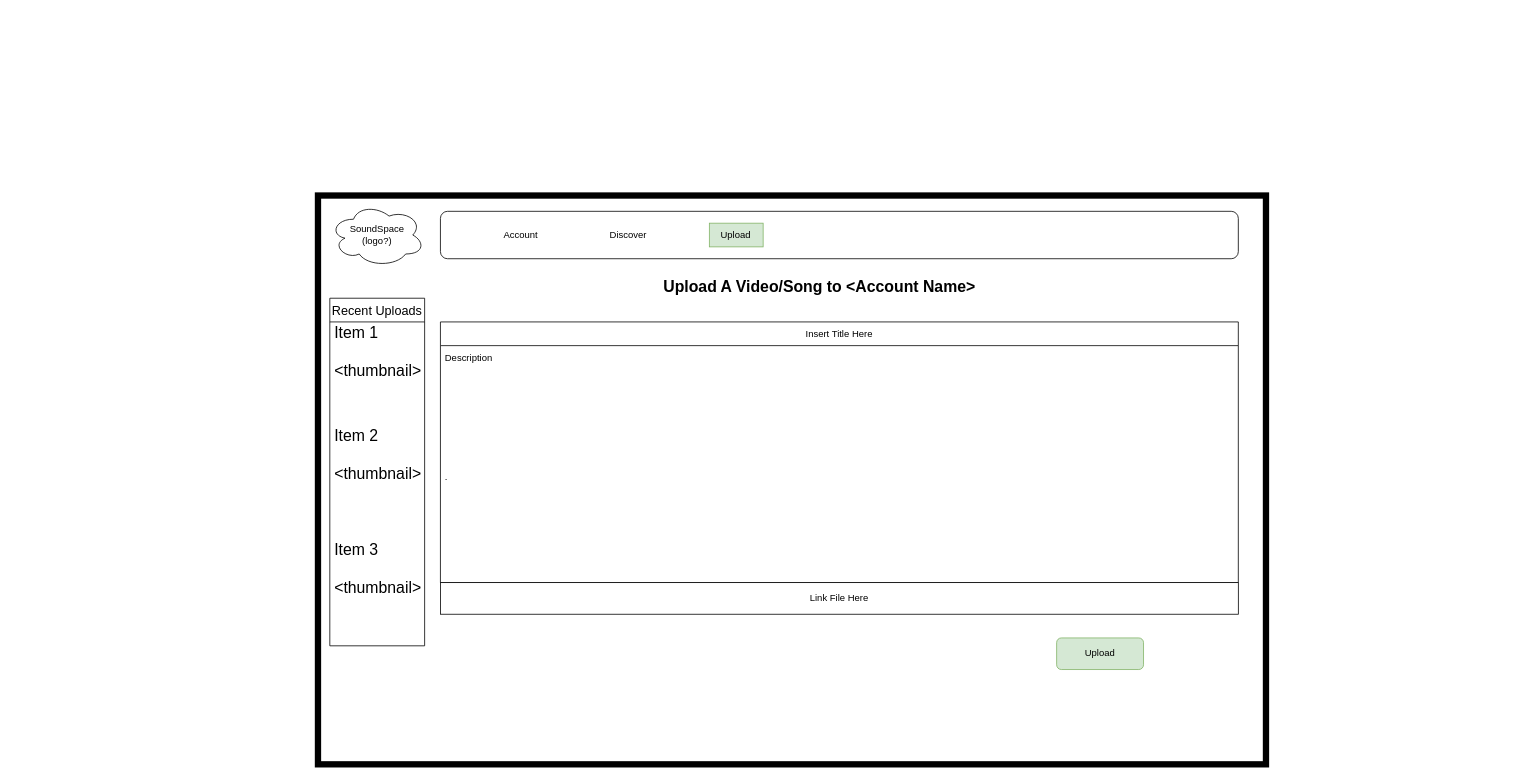
This is page "Upload Page" (2 of 3) of wireframe/UI_layout.drawio from ChicoState/sound-space, a draw.io file, before an edit. Source tidied: cells renumbered, new cells numbered last; positions are measured from the earlier drawing's top-left corner, leaving out a move shared by most shapes. Both pictures are drawn from the tidied source at 79%, with x=0, y=0 at pixel (318, 195).
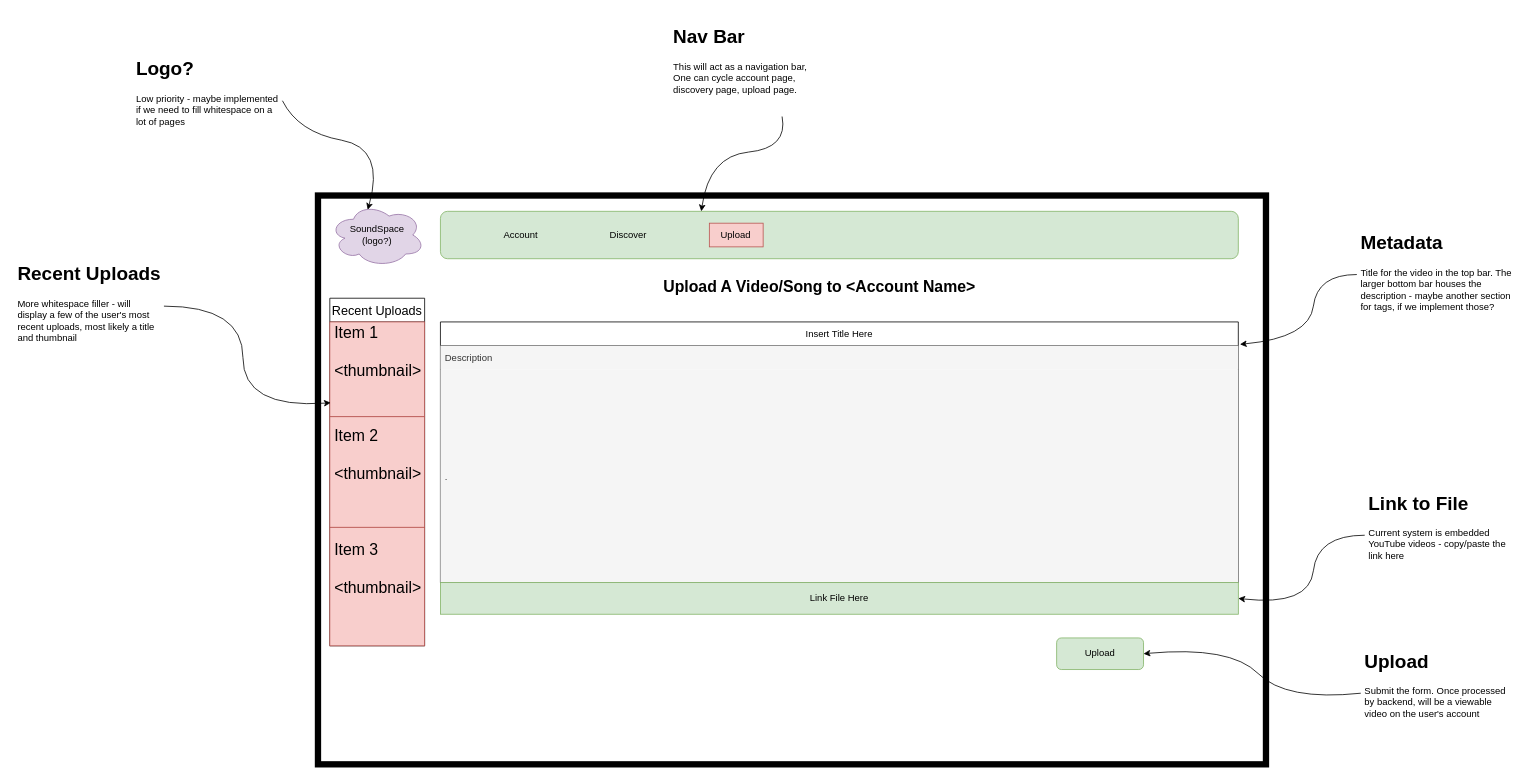
The same page after the edit.

Commit message:
Upload Page wireframe - added color, documentation - UI_layout.drawio

Unchanged cells that the change refers to:
```xml
<mxCell id="3" style="group;" parent="1" vertex="1">
  <mxGeometry x="155" y="20" width="1010" height="60" as="geometry" />
</mxCell>
<mxCell id="9" value="Insert Title Here" style="swimlane;fontStyle=0;horizontal=1;startSize=30;" parent="1" vertex="1">
  <mxGeometry x="155" y="160" width="1010" height="330" as="geometry" />
</mxCell>
<mxCell id="13" value="Upload" style="rounded=1;whiteSpace=wrap;html=1;fillColor=#d5e8d4;strokeColor=#82b366;" parent="1" vertex="1">
  <mxGeometry x="935" y="560" width="110" height="40" as="geometry" />
</mxCell>
<mxCell id="15" value="Recent Uploads" style="swimlane;fontStyle=0;horizontal=1;startSize=30;fontSize=16;" parent="1" vertex="1">
  <mxGeometry x="15" y="130" width="120" height="440" as="geometry" />
</mxCell>
```

Change to the diagram source:
```diff
@@
-    <mxCell id="4" style="rounded=1;whiteSpace=wrap;html=1;strokeWidth=1;fillColor=none;direction=west;" parent="3" vertex="1">
+    <mxCell id="4" style="rounded=1;whiteSpace=wrap;html=1;strokeWidth=1;direction=west;fillColor=#d5e8d4;strokeColor=#82b366;" parent="3" vertex="1">
       <mxGeometry width="1010" height="60" as="geometry" />
     </mxCell>
@@
-    <mxCell id="7" value="Upload" style="text;html=1;strokeColor=#82b366;fillColor=#d5e8d4;align=center;verticalAlign=middle;whiteSpace=wrap;rounded=0;" parent="3" vertex="1">
+    <mxCell id="7" value="Upload" style="text;html=1;strokeColor=#b85450;fillColor=#f8cecc;align=center;verticalAlign=middle;whiteSpace=wrap;rounded=0;" parent="3" vertex="1">
       <mxGeometry x="340.4" y="15" width="68.1" height="30" as="geometry" />
     </mxCell>
-    <mxCell id="8" value="SoundSpace&lt;br&gt;(logo?)" style="ellipse;shape=cloud;whiteSpace=wrap;html=1;" parent="1" vertex="1">
+    <mxCell id="8" value="SoundSpace&lt;br&gt;(logo?)" style="ellipse;shape=cloud;whiteSpace=wrap;html=1;fillColor=#e1d5e7;strokeColor=#9673a6;" parent="1" vertex="1">
       <mxGeometry x="15" y="10" width="120" height="80" as="geometry" />
     </mxCell>
@@
-    <mxCell id="10" value="Description" style="text;strokeColor=none;fillColor=none;align=left;verticalAlign=middle;spacingLeft=4;spacingRight=4;overflow=hidden;" parent="9" vertex="1">
+    <mxCell id="10" value="Description" style="text;align=left;verticalAlign=middle;spacingLeft=4;spacingRight=4;overflow=hidden;fillColor=#f5f5f5;fontColor=#333333;strokeColor=none;" parent="9" vertex="1">
       <mxGeometry y="30" width="1010" height="30" as="geometry" />
     </mxCell>
-    <mxCell id="11" value="." style="text;strokeColor=none;fillColor=none;align=left;verticalAlign=middle;spacingLeft=4;spacingRight=4;overflow=hidden;" parent="9" vertex="1">
+    <mxCell id="11" value="." style="text;align=left;verticalAlign=middle;spacingLeft=4;spacingRight=4;overflow=hidden;fillColor=#f5f5f5;strokeColor=none;fontColor=#333333;" parent="9" vertex="1">
       <mxGeometry y="60" width="1010" height="270" as="geometry" />
     </mxCell>
-    <mxCell id="12" value="Link File Here" style="rounded=0;whiteSpace=wrap;html=1;" parent="1" vertex="1">
+    <mxCell id="12" value="Link File Here" style="rounded=0;whiteSpace=wrap;html=1;fillColor=#d5e8d4;strokeColor=#82b366;" parent="1" vertex="1">
       <mxGeometry x="155" y="490" width="1010" height="40" as="geometry" />
     </mxCell>
@@
-    <mxCell id="16" value="Item 1&#10;&#10;&lt;thumbnail&gt;&#10;&#10;" style="text;strokeColor=none;fillColor=none;align=left;verticalAlign=middle;spacingLeft=4;spacingRight=4;overflow=hidden;points=[[0,0.5],[1,0.5]];portConstraint=eastwest;fontSize=20;" parent="15" vertex="1">
+    <mxCell id="16" value="Item 1&#10;&#10;&lt;thumbnail&gt;&#10;&#10;" style="text;strokeColor=#b85450;fillColor=#f8cecc;align=left;verticalAlign=middle;spacingLeft=4;spacingRight=4;overflow=hidden;points=[[0,0.5],[1,0.5]];portConstraint=eastwest;fontSize=20;" parent="15" vertex="1">
       <mxGeometry y="30" width="120" height="120" as="geometry" />
     </mxCell>
-    <mxCell id="17" value="Item 2&#10;&#10;&lt;thumbnail&gt;&#10;&#10;" style="text;strokeColor=none;fillColor=none;align=left;verticalAlign=middle;spacingLeft=4;spacingRight=4;overflow=hidden;fontSize=20;" parent="15" vertex="1">
+    <mxCell id="17" value="Item 2&#10;&#10;&lt;thumbnail&gt;&#10;&#10;" style="text;strokeColor=#b85450;fillColor=#f8cecc;align=left;verticalAlign=middle;spacingLeft=4;spacingRight=4;overflow=hidden;fontSize=20;" parent="15" vertex="1">
       <mxGeometry y="150" width="120" height="140" as="geometry" />
     </mxCell>
-    <mxCell id="18" value="Item 3&#10;&#10;&lt;thumbnail&gt;&#10;&#10;" style="text;strokeColor=none;fillColor=none;align=left;verticalAlign=middle;spacingLeft=4;spacingRight=4;overflow=hidden;fontSize=20;" parent="15" vertex="1">
+    <mxCell id="18" value="Item 3&#10;&#10;&lt;thumbnail&gt;&#10;&#10;" style="text;strokeColor=#b85450;fillColor=#f8cecc;align=left;verticalAlign=middle;spacingLeft=4;spacingRight=4;overflow=hidden;fontSize=20;" parent="15" vertex="1">
       <mxGeometry y="290" width="120" height="150" as="geometry" />
     </mxCell>
+    <mxCell id="19" value="&lt;h1&gt;Metadata&lt;/h1&gt;&lt;div&gt;Title for the video in the top bar. The larger bottom bar houses the description - maybe another section for tags, if we implement those?&lt;/div&gt;" style="text;html=1;strokeColor=none;fillColor=none;spacing=5;spacingTop=-20;whiteSpace=wrap;overflow=hidden;rounded=0;" parent="1" vertex="1">
+      <mxGeometry x="1315" y="40" width="200" height="120" as="geometry" />
+    </mxCell>
+    <mxCell id="20" style="curved=1;endArrow=classic;html=1;rounded=0;exitX=0;exitY=0.5;exitDx=0;exitDy=0;entryX=1.002;entryY=0.086;entryDx=0;entryDy=0;entryPerimeter=0;" parent="1" edge="1" source="19" target="9">
+      <mxGeometry relative="1" as="geometry">
+        <Array as="points">
+          <mxPoint x="1265" y="100" />
+          <mxPoint x="1255" y="180" />
+        </Array>
+      </mxGeometry>
+    </mxCell>
+    <mxCell id="21" value="&lt;h1&gt;Nav Bar&lt;/h1&gt;&lt;div&gt;This will act as a navigation bar, One can cycle account page, discovery page, upload page.&lt;/div&gt;" style="text;html=1;strokeColor=none;fillColor=none;spacing=5;spacingTop=-20;whiteSpace=wrap;overflow=hidden;rounded=0;" parent="1" vertex="1">
+      <mxGeometry x="445" y="-220" width="190" height="120" as="geometry" />
+    </mxCell>
+    <mxCell id="22" style="curved=1;endArrow=classic;html=1;rounded=0;exitX=0.75;exitY=1;exitDx=0;exitDy=0;entryX=0.673;entryY=1;entryDx=0;entryDy=0;entryPerimeter=0;" parent="1" edge="1" source="21" target="4">
+      <mxGeometry relative="1" as="geometry">
+        <Array as="points">
+          <mxPoint x="595" y="-60" />
+          <mxPoint x="495" y="-50" />
+        </Array>
+      </mxGeometry>
+    </mxCell>
+    <mxCell id="23" value="&lt;h1&gt;Logo?&lt;/h1&gt;&lt;p&gt;Low priority - maybe implemented if we need to fill whitespace on a lot of pages&lt;/p&gt;" style="text;html=1;strokeColor=none;fillColor=none;spacing=5;spacingTop=-20;whiteSpace=wrap;overflow=hidden;rounded=0;" parent="1" vertex="1">
+      <mxGeometry x="-235" y="-180" width="190" height="120" as="geometry" />
+    </mxCell>
+    <mxCell id="24" style="curved=1;endArrow=classic;html=1;rounded=0;exitX=1;exitY=0.5;exitDx=0;exitDy=0;entryX=0.4;entryY=0.1;entryDx=0;entryDy=0;entryPerimeter=0;" parent="1" edge="1" source="23" target="8">
+      <mxGeometry relative="1" as="geometry">
+        <Array as="points">
+          <mxPoint x="-25" y="-80" />
+          <mxPoint x="85" y="-60" />
+        </Array>
+      </mxGeometry>
+    </mxCell>
+    <mxCell id="25" value="&lt;h1&gt;Link to File&lt;/h1&gt;&lt;p&gt;Current system is embedded YouTube videos - copy/paste the link here&lt;/p&gt;" style="text;html=1;strokeColor=none;fillColor=none;spacing=5;spacingTop=-20;whiteSpace=wrap;overflow=hidden;rounded=0;" parent="1" vertex="1">
+      <mxGeometry x="1325" y="370" width="190" height="120" as="geometry" />
+    </mxCell>
+    <mxCell id="26" style="curved=1;endArrow=classic;html=1;rounded=0;entryX=1;entryY=0.5;entryDx=0;entryDy=0;exitX=0;exitY=0.5;exitDx=0;exitDy=0;" parent="1" edge="1" source="25" target="12">
+      <mxGeometry relative="1" as="geometry">
+        <Array as="points">
+          <mxPoint x="1265" y="430" />
+          <mxPoint x="1255" y="520" />
+        </Array>
+      </mxGeometry>
+    </mxCell>
+    <mxCell id="27" value="&lt;h1&gt;Upload&lt;/h1&gt;&lt;p&gt;Submit the form. Once processed by backend, will be a viewable video on the user's account&lt;/p&gt;" style="text;html=1;strokeColor=none;fillColor=none;spacing=5;spacingTop=-20;whiteSpace=wrap;overflow=hidden;rounded=0;" parent="1" vertex="1">
+      <mxGeometry x="1320" y="570" width="190" height="120" as="geometry" />
+    </mxCell>
+    <mxCell id="28" style="curved=1;endArrow=classic;html=1;rounded=0;exitX=0;exitY=0.5;exitDx=0;exitDy=0;entryX=1;entryY=0.5;entryDx=0;entryDy=0;" parent="1" edge="1" source="27" target="13">
+      <mxGeometry relative="1" as="geometry">
+        <Array as="points">
+          <mxPoint x="1225" y="640" />
+          <mxPoint x="1155" y="570" />
+        </Array>
+      </mxGeometry>
+    </mxCell>
+    <mxCell id="29" value="&lt;h1&gt;Recent Uploads&lt;/h1&gt;&lt;p&gt;More whitespace filler - will display a few of the user's most recent uploads, most likely a title and thumbnail&lt;/p&gt;" style="text;html=1;strokeColor=none;fillColor=none;spacing=5;spacingTop=-20;whiteSpace=wrap;overflow=hidden;rounded=0;" parent="1" vertex="1">
+      <mxGeometry x="-385" y="80" width="190" height="120" as="geometry" />
+    </mxCell>
+    <mxCell id="30" style="curved=1;endArrow=classic;html=1;rounded=0;exitX=1;exitY=0.5;exitDx=0;exitDy=0;entryX=0.01;entryY=0.853;entryDx=0;entryDy=0;entryPerimeter=0;" parent="1" edge="1" source="29" target="16">
+      <mxGeometry relative="1" as="geometry">
+        <Array as="points">
+          <mxPoint x="-95" y="140" />
+          <mxPoint x="-95" y="270" />
+        </Array>
+      </mxGeometry>
+    </mxCell>
```
